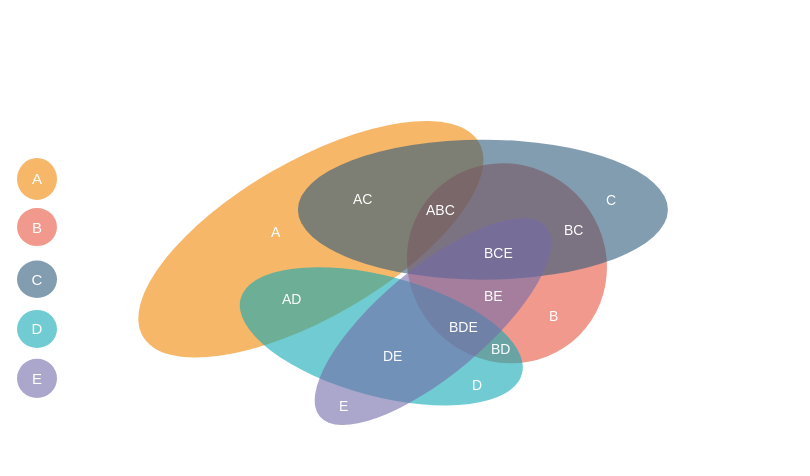
Before: 帕累托多维.drawio in codelyc/Hello-World, a draw.io diagram. Source tidied: cells renumbered, new cells numbered last; positions are measured from the earlier drawing's top-left corner, leaving out a move shared by most shapes. Both pictures are drawn from the tidied source at 100%, with x=0, y=0 at pixel (16, 139).
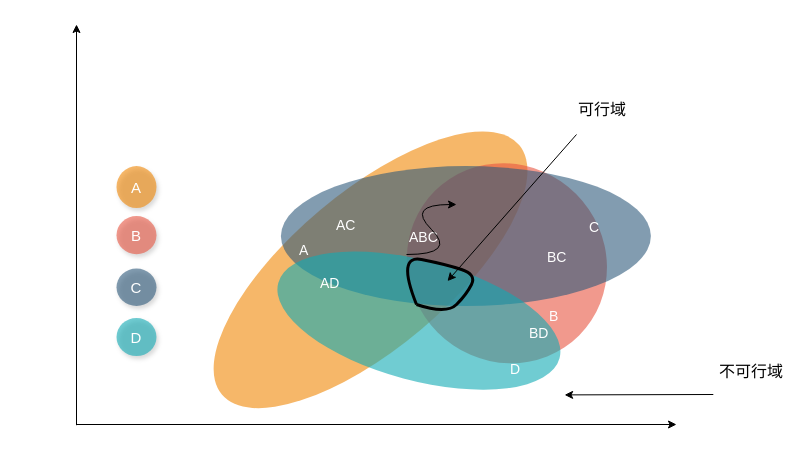
After the change.

Commit message:
更新帕累托多维.drawio

The edit, as a diff of the source:
```diff
@@
-    <mxCell id="2" style="ellipse;whiteSpace=wrap;rotation=-30;fillColor=#F08705;opacity=60;strokeColor=none;html=1;" parent="1" vertex="1">
-      <mxGeometry x="100.3" y="21.6" width="388.1" height="156.4" as="geometry" />
+    <mxCell id="2" style="ellipse;whiteSpace=wrap;rotation=-40;fillColor=#F08705;opacity=60;strokeColor=none;html=1;" parent="1" vertex="1">
+      <mxGeometry x="160" y="52.1" width="388.1" height="156.4" as="geometry" />
     </mxCell>
@@
     <mxCell id="4" style="ellipse;whiteSpace=wrap;fillColor=#2F5B7C;opacity=60;strokeColor=none;html=1;" parent="1" vertex="1">
-      <mxGeometry x="281.4" y="0.2" width="370" height="140" as="geometry" />
+      <mxGeometry x="264.4" y="26.6" width="370" height="140" as="geometry" />
     </mxCell>
     <mxCell id="5" style="ellipse;whiteSpace=wrap;fillColor=#12AAB5;opacity=60;strokeColor=none;rotation=15;html=1;" parent="1" vertex="1">
-      <mxGeometry x="219.2" y="136.8" width="291.2" height="120" as="geometry" />
+      <mxGeometry x="256.8" y="121.1" width="291.2" height="120" as="geometry" />
     </mxCell>
-    <mxCell id="6" style="ellipse;whiteSpace=wrap;rotation=-40;fillColor=#736CA8;opacity=60;strokeColor=none;html=1;" parent="1" vertex="1">
-      <mxGeometry x="268.8" y="128.4" width="295.4" height="107.3" as="geometry" />
-    </mxCell>
     <mxCell id="7" value="A" style="text;spacingTop=-5;fontStyle=0;fontSize=14;html=1;fontColor=#FFFFFF;" parent="1" vertex="1">
-      <mxGeometry x="252.5" y="83.4" width="30" height="20" as="geometry" />
+      <mxGeometry x="281.4" y="101.1" width="30" height="20" as="geometry" />
     </mxCell>
@@
     <mxCell id="9" value="C" style="text;spacingTop=-5;fontStyle=0;fontSize=14;html=1;fontColor=#FFFFFF;" parent="1" vertex="1">
-      <mxGeometry x="588.3" y="51.4" width="30" height="20" as="geometry" />
+      <mxGeometry x="571.3" y="77.7" width="30" height="20" as="geometry" />
     </mxCell>
     <mxCell id="10" value="D" style="text;spacingTop=-5;fontStyle=0;fontSize=14;html=1;fontColor=#FFFFFF;" parent="1" vertex="1">
-      <mxGeometry x="454.4" y="235.7" width="30" height="20" as="geometry" />
+      <mxGeometry x="492.1" y="220" width="30" height="20" as="geometry" />
     </mxCell>
-    <mxCell id="11" value="E" style="text;spacingTop=-5;fontStyle=0;fontSize=14;html=1;fontColor=#FFFFFF;" parent="1" vertex="1">
-      <mxGeometry x="320.5" y="256.8" width="30" height="20" as="geometry" />
-    </mxCell>
     <mxCell id="12" value="AC" style="text;spacingTop=-5;fontStyle=0;fontSize=14;html=1;fontColor=#FFFFFF;" parent="1" vertex="1">
-      <mxGeometry x="334.8" y="49.5" width="30" height="20" as="geometry" />
+      <mxGeometry x="317.8" y="75.8" width="30" height="20" as="geometry" />
     </mxCell>
     <mxCell id="13" value="BC" style="text;spacingTop=-5;fontStyle=0;fontSize=14;html=1;fontColor=#FFFFFF;" parent="1" vertex="1">
-      <mxGeometry x="545.5" y="81.4" width="30" height="20" as="geometry" />
+      <mxGeometry x="528.5" y="107.7" width="30" height="20" as="geometry" />
     </mxCell>
     <mxCell id="14" value="ABC" style="text;spacingTop=-5;fontStyle=0;fontSize=14;html=1;fontColor=#FFFFFF;" parent="1" vertex="1">
-      <mxGeometry x="408.4" y="61.4" width="30" height="20" as="geometry" />
+      <mxGeometry x="391.4" y="87.7" width="30" height="20" as="geometry" />
     </mxCell>
-    <mxCell id="15" value="BCE" style="text;spacingTop=-5;fontStyle=0;fontSize=14;html=1;fontColor=#FFFFFF;" parent="1" vertex="1">
-      <mxGeometry x="466.4" y="103.7" width="30" height="20" as="geometry" />
-    </mxCell>
-    <mxCell id="16" value="BE" style="text;spacingTop=-5;fontStyle=0;fontSize=14;html=1;fontColor=#FFFFFF;" parent="1" vertex="1">
-      <mxGeometry x="466.4" y="146.6" width="30" height="20" as="geometry" />
-    </mxCell>
     <mxCell id="17" value="BD" style="text;spacingTop=-5;fontStyle=0;fontSize=14;html=1;fontColor=#FFFFFF;" parent="1" vertex="1">
-      <mxGeometry x="473.4" y="199.8" width="30" height="20" as="geometry" />
+      <mxGeometry x="511" y="184.2" width="30" height="20" as="geometry" />
     </mxCell>
-    <mxCell id="18" value="BDE" style="text;spacingTop=-5;fontStyle=0;fontSize=14;html=1;fontColor=#FFFFFF;" parent="1" vertex="1">
-      <mxGeometry x="430.5" y="178" width="30" height="20" as="geometry" />
-    </mxCell>
     <mxCell id="19" value="AD" style="text;spacingTop=-5;fontStyle=0;fontSize=14;html=1;fontColor=#FFFFFF;" parent="1" vertex="1">
-      <mxGeometry x="264.4" y="149.9" width="30" height="20" as="geometry" />
+      <mxGeometry x="302.1" y="134.2" width="30" height="20" as="geometry" />
     </mxCell>
-    <mxCell id="20" value="DE" style="text;spacingTop=-5;fontStyle=0;fontSize=14;html=1;fontColor=#FFFFFF;" parent="1" vertex="1">
-      <mxGeometry x="364.8" y="206.6" width="30" height="20" as="geometry" />
-    </mxCell>
-    <mxCell id="21" value="A" style="ellipse;whiteSpace=wrap;rotation=0;fillColor=#f08705;opacity=60;strokeColor=none;html=1;gradientColor=none;fontSize=15;fontColor=#FFFFFF;" parent="1" vertex="1">
-      <mxGeometry x="0.5" y="18.5" width="40" height="41.9" as="geometry" />
+    <mxCell id="21" value="A" style="ellipse;whiteSpace=wrap;rotation=0;fillColor=#f08705;opacity=60;strokeColor=none;html=1;gradientColor=none;fontSize=15;fontColor=#FFFFFF;shadow=1;" parent="1" vertex="1">
+      <mxGeometry x="100" y="26.6" width="40" height="41.9" as="geometry" />
     </mxCell>
-    <mxCell id="22" value="B" style="ellipse;whiteSpace=wrap;rotation=0;fillColor=#e85642;opacity=60;strokeColor=none;html=1;fontSize=15;fontColor=#FFFFFF;" parent="1" vertex="1">
-      <mxGeometry x="0.5" y="68.5" width="40" height="38.1" as="geometry" />
+    <mxCell id="22" value="B" style="ellipse;whiteSpace=wrap;rotation=0;fillColor=#e85642;opacity=60;strokeColor=none;html=1;fontSize=15;fontColor=#FFFFFF;shadow=1;" parent="1" vertex="1">
+      <mxGeometry x="100" y="76.6" width="40" height="38.1" as="geometry" />
     </mxCell>
-    <mxCell id="23" value="C" style="ellipse;whiteSpace=wrap;fillColor=#2f5b7c;opacity=60;strokeColor=none;html=1;fontSize=15;fontColor=#FFFFFF;" parent="1" vertex="1">
-      <mxGeometry x="0.5" y="121.1" width="40" height="37.4" as="geometry" />
+    <mxCell id="23" value="C" style="ellipse;whiteSpace=wrap;fillColor=#2f5b7c;opacity=60;strokeColor=none;html=1;fontSize=15;fontColor=#FFFFFF;shadow=1;" parent="1" vertex="1">
+      <mxGeometry x="100" y="129.1" width="40" height="37.4" as="geometry" />
     </mxCell>
-    <mxCell id="24" value="D" style="ellipse;whiteSpace=wrap;fillColor=#12aab5;opacity=60;strokeColor=none;html=1;fontSize=15;fontColor=#FFFFFF;" parent="1" vertex="1">
-      <mxGeometry x="0.5" y="170.4" width="40" height="38.1" as="geometry" />
+    <mxCell id="24" value="D" style="ellipse;whiteSpace=wrap;fillColor=#12aab5;opacity=60;strokeColor=none;html=1;fontSize=15;fontColor=#FFFFFF;shadow=1;" parent="1" vertex="1">
+      <mxGeometry x="100" y="178.5" width="40" height="38.1" as="geometry" />
     </mxCell>
-    <mxCell id="25" value="E" style="ellipse;whiteSpace=wrap;rotation=0;fillColor=#736ca8;opacity=60;strokeColor=none;html=1;fontSize=15;fontColor=#FFFFFF;" parent="1" vertex="1">
-      <mxGeometry x="0.5" y="219.3" width="40" height="39.2" as="geometry" />
-    </mxCell>
+    <mxCell id="26" style="endArrow=classic;html=1;rounded=0;" parent="1" edge="1">
+      <mxGeometry relative="1" as="geometry">
+        <mxPoint x="60" y="285" as="sourcePoint" />
+        <mxPoint x="660" y="285" as="targetPoint" />
+      </mxGeometry>
+    </mxCell>
+    <mxCell id="27" style="endArrow=classic;html=1;rounded=0;" parent="1" edge="1">
+      <mxGeometry relative="1" as="geometry">
+        <mxPoint x="60" y="285.7" as="sourcePoint" />
+        <mxPoint x="60" y="-115" as="targetPoint" />
+      </mxGeometry>
+    </mxCell>
+    <mxCell id="28" style="endArrow=classic;html=1;rounded=0;" parent="1" edge="1">
+      <mxGeometry relative="1" as="geometry">
+        <mxPoint x="560" y="-5" as="sourcePoint" />
+        <mxPoint x="431" y="141.6" as="targetPoint" />
+      </mxGeometry>
+    </mxCell>
+    <mxCell id="29" style="curved=1;endArrow=classic;html=1;rounded=0;" parent="1" edge="1">
+      <mxGeometry relative="1" as="geometry">
+        <mxPoint x="390" y="115" as="sourcePoint" />
+        <mxPoint x="440" y="65" as="targetPoint" />
+        <Array as="points">
+          <mxPoint x="440" y="115" />
+          <mxPoint x="390" y="65" />
+        </Array>
+      </mxGeometry>
+    </mxCell>
+    <mxCell id="30" style="curved=1;endArrow=none;html=1;rounded=0;endFill=0;strokeWidth=3;" parent="1" edge="1">
+      <mxGeometry relative="1" as="geometry">
+        <mxPoint x="400" y="165" as="sourcePoint" />
+        <mxPoint x="400" y="165" as="targetPoint" />
+        <Array as="points">
+          <mxPoint x="430" y="175" />
+          <mxPoint x="450" y="155" />
+          <mxPoint x="460" y="135" />
+          <mxPoint x="430" y="125" />
+          <mxPoint x="380" y="115" />
+        </Array>
+      </mxGeometry>
+    </mxCell>
+    <mxCell id="31" value="&lt;font style=&quot;font-size: 16px;&quot;&gt;可行域&lt;/font&gt;" style="text;html=1;strokeColor=none;fillColor=none;align=center;verticalAlign=middle;whiteSpace=wrap;rounded=0;shadow=1;" parent="1" vertex="1">
+      <mxGeometry x="556.3" y="-45" width="60" height="30" as="geometry" />
+    </mxCell>
+    <mxCell id="32" style="endArrow=classic;html=1;rounded=0;" parent="1" edge="1">
+      <mxGeometry relative="1" as="geometry">
+        <mxPoint x="696.8" y="255" as="sourcePoint" />
+        <mxPoint x="548.1" y="255.4" as="targetPoint" />
+      </mxGeometry>
+    </mxCell>
+    <mxCell id="33" value="&lt;font style=&quot;font-size: 16px;&quot;&gt;不可行域&lt;/font&gt;" style="text;html=1;strokeColor=none;fillColor=none;align=center;verticalAlign=middle;whiteSpace=wrap;rounded=0;shadow=1;" parent="1" vertex="1">
+      <mxGeometry x="700" y="216.6" width="70" height="30" as="geometry" />
+    </mxCell>
```
